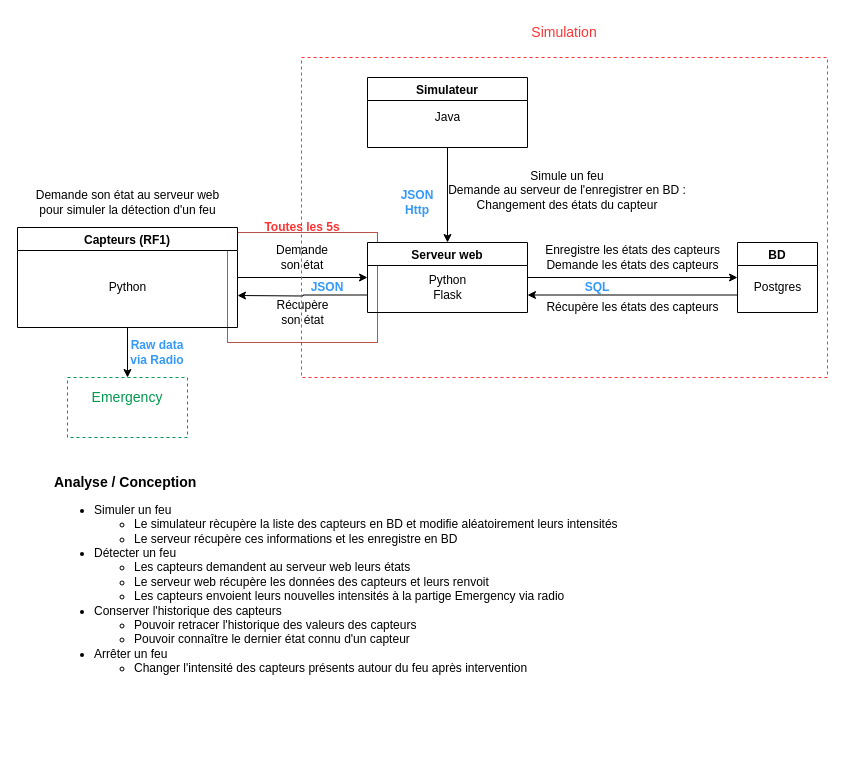
Earlier version of the draw.io diagram Conception/Simulator_Analyse.drawio (GOROVSKY/projet-scientifique). Source tidied: cells renumbered, new cells numbered last; positions are measured from the earlier drawing's top-left corner, leaving out a move shared by most shapes. Both pictures are drawn from the tidied source at 100%, with x=0, y=0 at pixel (17, 17).
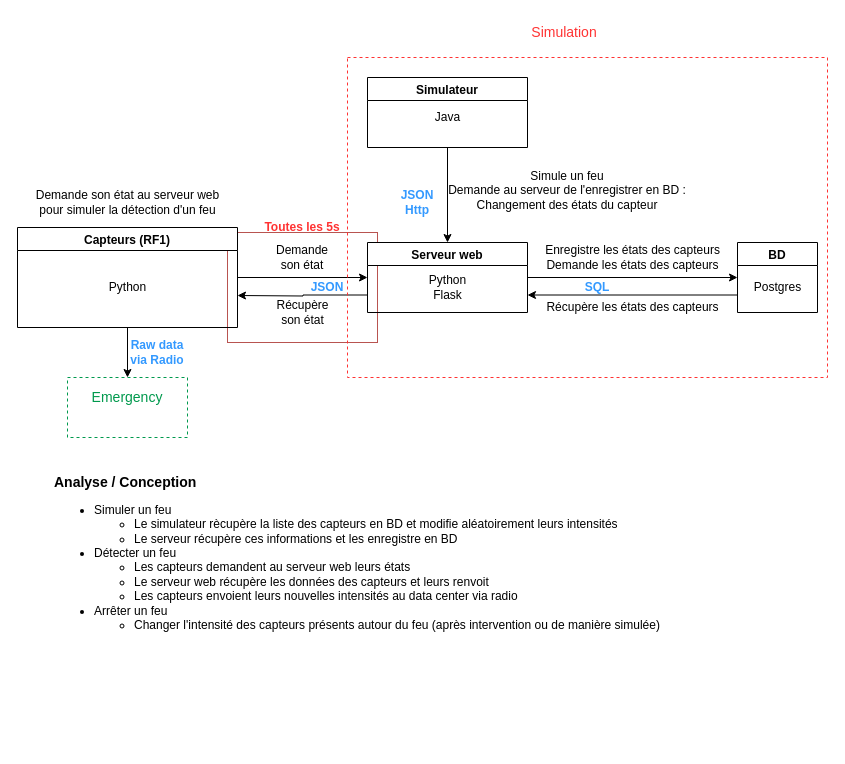
Above is the later version.

Diff of the diagram source:
```diff
@@
     <mxCell id="20" style="rounded=0;whiteSpace=wrap;html=1;fontSize=14;fillColor=none;dashed=1;strokeColor=#FF3333;" parent="1" vertex="1">
-      <mxGeometry x="284" y="40" width="526" height="320" as="geometry" />
+      <mxGeometry x="330" y="40" width="480" height="320" as="geometry" />
     </mxCell>
@@
-    <mxCell id="24" value="&lt;div&gt;&lt;font style=&quot;font-size: 14px&quot;&gt;&lt;b&gt;Analyse&lt;/b&gt; &lt;b&gt;/ Conception&lt;/b&gt;&lt;br&gt;&lt;/font&gt;&lt;/div&gt;&lt;div&gt;&lt;ul&gt;&lt;li&gt;Simuler un feu&lt;/li&gt;&lt;ul&gt;&lt;li&gt;Le simulateur rècupère la liste des capteurs en BD et modifie aléatoirement leurs intensités&lt;br&gt;&lt;/li&gt;&lt;li&gt;Le serveur récupère ces informations et les enregistre en BD&lt;/li&gt;&lt;/ul&gt;&lt;li&gt;Détecter un feu&lt;/li&gt;&lt;ul&gt;&lt;li&gt;Les capteurs demandent au serveur web leurs états&lt;/li&gt;&lt;li&gt;Le serveur web récupère les données des capteurs et leurs renvoit&lt;/li&gt;&lt;li&gt;Les capteurs envoient leurs nouvelles intensités à la partige Emergency via radio&lt;br&gt;&lt;/li&gt;&lt;/ul&gt;&lt;li&gt;Conserver l'historique des capteurs&lt;/li&gt;&lt;ul&gt;&lt;li&gt;Pouvoir retracer l'historique des valeurs des capteurs&lt;/li&gt;&lt;li&gt;Pouvoir connaître le dernier état connu d'un capteur&lt;/li&gt;&lt;/ul&gt;&lt;li&gt;Arrêter un feu&lt;/li&gt;&lt;ul&gt;&lt;li&gt;Changer l'intensité des capteurs présents autour du feu après intervention&lt;br&gt;&lt;/li&gt;&lt;/ul&gt;&lt;/ul&gt;&lt;/div&gt;" style="text;html=1;strokeColor=none;fillColor=none;align=left;verticalAlign=top;whiteSpace=wrap;rounded=0;" parent="1" vertex="1">
+    <mxCell id="24" value="&lt;div&gt;&lt;font style=&quot;font-size: 14px&quot;&gt;&lt;b&gt;Analyse&lt;/b&gt; &lt;b&gt;/ Conception&lt;/b&gt;&lt;br&gt;&lt;/font&gt;&lt;/div&gt;&lt;div&gt;&lt;ul&gt;&lt;li&gt;Simuler un feu&lt;/li&gt;&lt;ul&gt;&lt;li&gt;Le simulateur rècupère la liste des capteurs en BD et modifie aléatoirement leurs intensités&lt;br&gt;&lt;/li&gt;&lt;li&gt;Le serveur récupère ces informations et les enregistre en BD&lt;/li&gt;&lt;/ul&gt;&lt;li&gt;Détecter un feu&lt;/li&gt;&lt;ul&gt;&lt;li&gt;Les capteurs demandent au serveur web leurs états&lt;/li&gt;&lt;li&gt;Le serveur web récupère les données des capteurs et leurs renvoit&lt;/li&gt;&lt;li&gt;Les capteurs envoient leurs nouvelles intensités au data center via radio&lt;br&gt;&lt;/li&gt;&lt;/ul&gt;&lt;li&gt;Arrêter un feu&lt;/li&gt;&lt;ul&gt;&lt;li&gt;Changer l'intensité des capteurs présents autour du feu (après intervention ou de manière simulée)&lt;br&gt;&lt;/li&gt;&lt;/ul&gt;&lt;/ul&gt;&lt;/div&gt;" style="text;html=1;strokeColor=none;fillColor=none;align=left;verticalAlign=top;whiteSpace=wrap;rounded=0;" parent="1" vertex="1">
       <mxGeometry x="35" y="450" width="660" height="280" as="geometry" />
     </mxCell>
```
